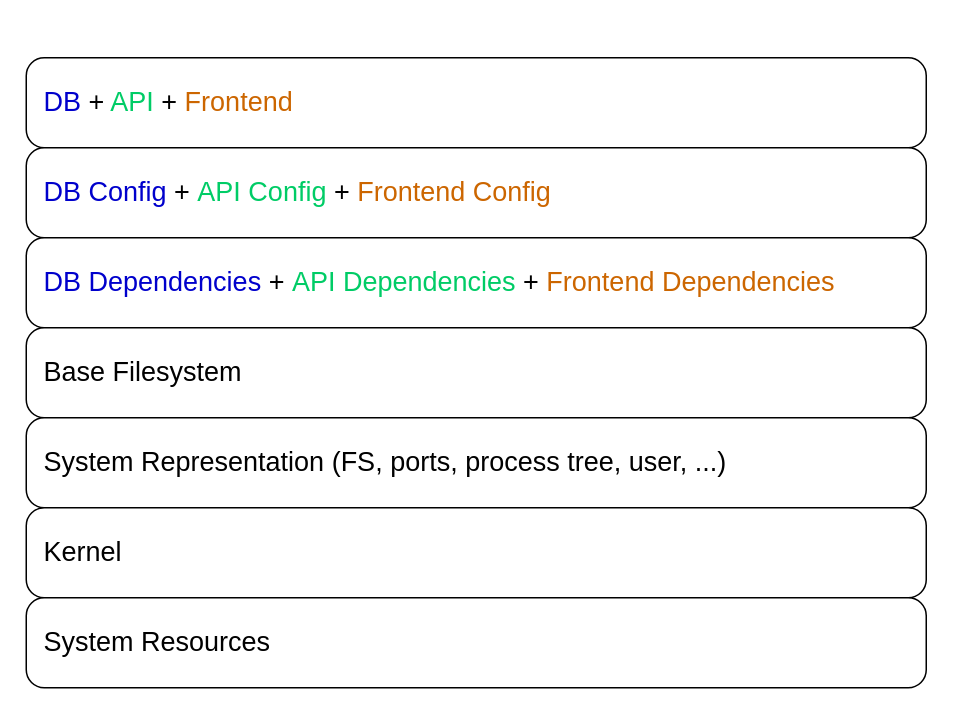
This is page "pre-container" (1 of 5) of presentation/drawings/virtualization_vs_containerization.drawio from Gepardec/containerization-training, a draw.io file, before an edit. Source tidied: cells renumbered, new cells numbered last; positions are measured from the earlier drawing's top-left corner, leaving out a move shared by most shapes. Both pictures are drawn from the tidied source at 150%, with x=0, y=0 at pixel (26, 57).
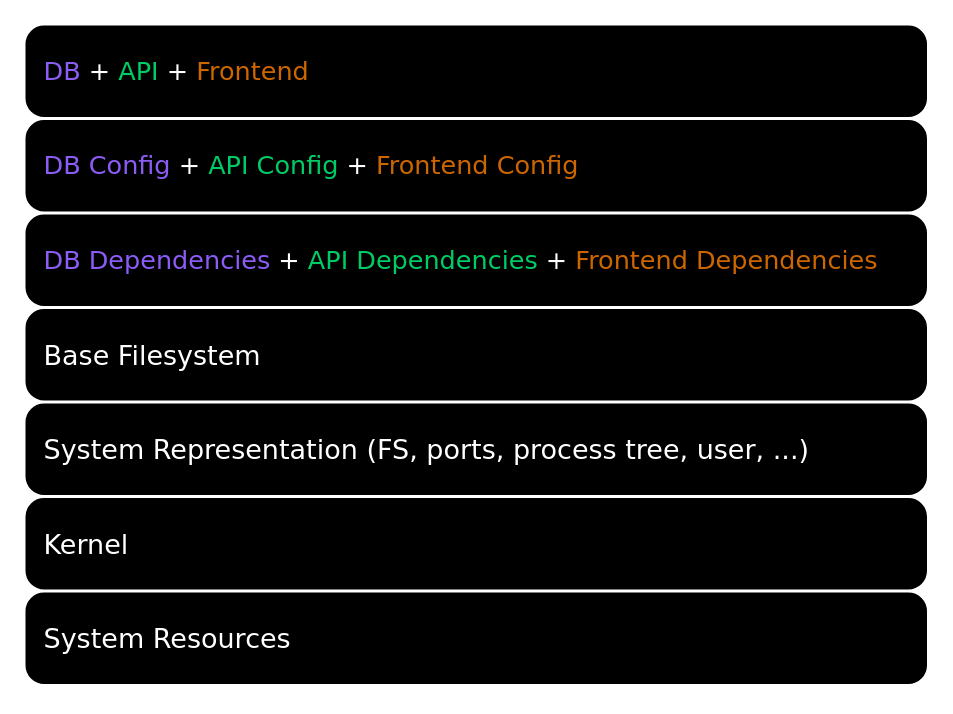
After the change.

Diff of the diagram source:
```diff
@@
 <mxGraphModel>
   <root>
     <mxCell id="0" />
     <mxCell id="1" parent="0" />
-    <mxCell id="2" value="&lt;font color=&quot;#0000cc&quot;&gt;DB&lt;/font&gt; + &lt;font color=&quot;#00cc66&quot;&gt;API&lt;/font&gt; +&amp;nbsp;&lt;span style=&quot;color: rgb(204, 102, 0);&quot;&gt;Frontend&lt;/span&gt;" style="rounded=1;whiteSpace=wrap;html=1;arcSize=20;fontSize=18;align=left;perimeterSpacing=0;spacingLeft=10;" parent="1" vertex="1">
-      <mxGeometry width="600" height="60" as="geometry" />
+    <mxCell id="2" value="&lt;font style=&quot;color: rgb(139, 92, 246);&quot;&gt;DB&lt;/font&gt; &lt;font style=&quot;color: rgb(255, 255, 255);&quot;&gt;+&lt;/font&gt; &lt;font color=&quot;#00cc66&quot;&gt;API&lt;/font&gt; &lt;font style=&quot;color: rgb(255, 255, 255);&quot;&gt;+&lt;/font&gt;&amp;nbsp;&lt;span style=&quot;color: rgb(204, 102, 0);&quot;&gt;Frontend&lt;/span&gt;" style="rounded=1;whiteSpace=wrap;html=1;arcSize=20;fontSize=17;align=left;perimeterSpacing=0;spacingLeft=10;fillColor=#000000;fontFamily=Verdana;glass=0;shadow=0;" parent="1" vertex="1">
+      <mxGeometry y="-21" width="600" height="60" as="geometry" />
     </mxCell>
-    <mxCell id="3" value="&lt;font style=&quot;&quot; color=&quot;#0000cc&quot;&gt;DB Config&lt;/font&gt;&lt;span style=&quot;&quot;&gt;&amp;nbsp;+&amp;nbsp;&lt;/span&gt;&lt;font style=&quot;&quot; color=&quot;#00cc66&quot;&gt;API Config&lt;/font&gt;&lt;span style=&quot;&quot;&gt;&amp;nbsp;+&amp;nbsp;&lt;/span&gt;&lt;font style=&quot;&quot; color=&quot;#cc6600&quot;&gt;Frontend Config&lt;/font&gt;" style="rounded=1;whiteSpace=wrap;html=1;arcSize=20;fontSize=18;align=left;perimeterSpacing=0;spacingLeft=10;" parent="1" vertex="1">
-      <mxGeometry y="60" width="600" height="60" as="geometry" />
+    <mxCell id="3" value="&lt;font style=&quot;color: rgb(139, 92, 246);&quot;&gt;DB Config&lt;/font&gt;&lt;span&gt;&amp;nbsp;&lt;font style=&quot;color: rgb(255, 255, 255);&quot;&gt;+&amp;nbsp;&lt;/font&gt;&lt;/span&gt;&lt;font color=&quot;#00cc66&quot;&gt;API Config&lt;/font&gt;&lt;span&gt;&amp;nbsp;&lt;font style=&quot;color: rgb(255, 255, 255);&quot;&gt;+&lt;/font&gt;&amp;nbsp;&lt;/span&gt;&lt;font color=&quot;#cc6600&quot;&gt;Frontend Config&lt;/font&gt;" style="rounded=1;whiteSpace=wrap;html=1;arcSize=20;fontSize=17;align=left;perimeterSpacing=0;spacingLeft=10;fillColor=#000000;fontFamily=Verdana;" parent="1" vertex="1">
+      <mxGeometry y="42" width="600" height="60" as="geometry" />
     </mxCell>
-    <mxCell id="4" value="&lt;font style=&quot;&quot; color=&quot;#0000cc&quot;&gt;DB Dependencies&lt;/font&gt;&lt;span style=&quot;&quot;&gt;&amp;nbsp;+&amp;nbsp;&lt;/span&gt;&lt;font style=&quot;&quot; color=&quot;#00cc66&quot;&gt;API Dependencies&lt;/font&gt;&lt;span style=&quot;&quot;&gt;&amp;nbsp;+&amp;nbsp;&lt;/span&gt;&lt;font style=&quot;&quot; color=&quot;#cc6600&quot;&gt;Frontend Dependencies&lt;/font&gt;" style="rounded=1;whiteSpace=wrap;html=1;arcSize=20;fontSize=18;align=left;perimeterSpacing=0;spacingLeft=10;" parent="1" vertex="1">
-      <mxGeometry y="120" width="600" height="60" as="geometry" />
+    <mxCell id="4" value="&lt;font style=&quot;color: rgb(139, 92, 246);&quot;&gt;DB Dependencies&lt;/font&gt;&lt;span&gt;&amp;nbsp;&lt;font style=&quot;color: rgb(255, 255, 255);&quot;&gt;+&lt;/font&gt;&amp;nbsp;&lt;/span&gt;&lt;font color=&quot;#00cc66&quot;&gt;API Dependencies&lt;/font&gt;&lt;span&gt;&amp;nbsp;&lt;font style=&quot;color: rgb(255, 255, 255);&quot;&gt;+&lt;/font&gt;&amp;nbsp;&lt;/span&gt;&lt;font color=&quot;#cc6600&quot;&gt;Frontend Dependencies&lt;/font&gt;" style="rounded=1;whiteSpace=wrap;html=1;arcSize=20;fontSize=17;align=left;perimeterSpacing=0;spacingLeft=10;fillColor=#000000;fontFamily=Verdana;" parent="1" vertex="1">
+      <mxGeometry y="105" width="600" height="60" as="geometry" />
     </mxCell>
-    <mxCell id="5" value="Base Filesystem" style="rounded=1;whiteSpace=wrap;html=1;arcSize=20;fontSize=18;align=left;perimeterSpacing=0;spacingLeft=10;" parent="1" vertex="1">
-      <mxGeometry y="180" width="600" height="60" as="geometry" />
+    <mxCell id="5" value="Base Filesystem" style="rounded=1;whiteSpace=wrap;html=1;arcSize=20;fontSize=18;align=left;perimeterSpacing=0;spacingLeft=10;fillColor=#000000;fontColor=#FFFFFF;fontFamily=Verdana;" parent="1" vertex="1">
+      <mxGeometry y="168" width="600" height="60" as="geometry" />
     </mxCell>
-    <mxCell id="6" value="System Representation (FS, ports, process tree, user, ...)" style="rounded=1;whiteSpace=wrap;html=1;arcSize=20;fontSize=18;align=left;perimeterSpacing=0;spacingLeft=10;" parent="1" vertex="1">
-      <mxGeometry y="240" width="600" height="60" as="geometry" />
+    <mxCell id="6" value="System Representation (FS, ports, process tree, user, ...)" style="rounded=1;whiteSpace=wrap;html=1;arcSize=20;fontSize=18;align=left;perimeterSpacing=0;spacingLeft=10;fillColor=#000000;fontColor=#FFFFFF;fontFamily=Verdana;" parent="1" vertex="1">
+      <mxGeometry y="231" width="600" height="60" as="geometry" />
     </mxCell>
-    <mxCell id="7" value="Kernel" style="rounded=1;whiteSpace=wrap;html=1;arcSize=20;fontSize=18;align=left;perimeterSpacing=0;spacingLeft=10;" parent="1" vertex="1">
-      <mxGeometry y="300" width="600" height="60" as="geometry" />
+    <mxCell id="7" value="Kernel" style="rounded=1;whiteSpace=wrap;html=1;arcSize=20;fontSize=18;align=left;perimeterSpacing=0;spacingLeft=10;fillColor=#000000;fontColor=#FFFFFF;fontFamily=Verdana;" parent="1" vertex="1">
+      <mxGeometry y="294" width="600" height="60" as="geometry" />
     </mxCell>
-    <mxCell id="8" value="System Resources" style="rounded=1;whiteSpace=wrap;html=1;arcSize=20;fontSize=18;align=left;perimeterSpacing=0;spacingLeft=10;" parent="1" vertex="1">
-      <mxGeometry y="360" width="600" height="60" as="geometry" />
+    <mxCell id="8" value="System Resources" style="rounded=1;whiteSpace=wrap;html=1;arcSize=20;fontSize=18;align=left;perimeterSpacing=0;spacingLeft=10;fillColor=#000000;fontColor=#FFFFFF;fontFamily=Verdana;" parent="1" vertex="1">
+      <mxGeometry y="357" width="600" height="60" as="geometry" />
     </mxCell>
   </root>
 </mxGraphModel>
```
